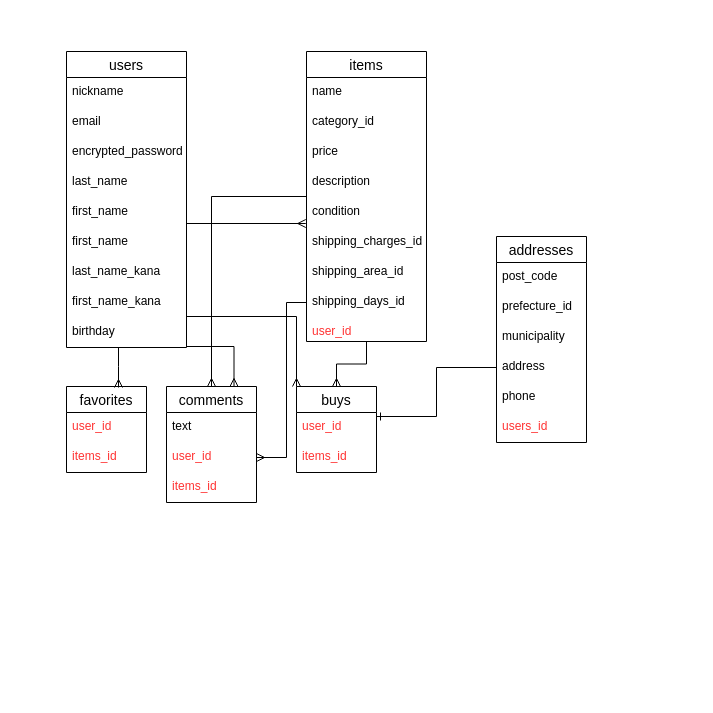
Before: furima.dio in nakadakeisuke/furima-32486, a draw.io diagram. Source tidied: cells renumbered, new cells numbered last; positions are measured from the earlier drawing's top-left corner, leaving out a move shared by most shapes. Both pictures are drawn from the tidied source at 100%, with x=0, y=0 at pixel (66, 51).
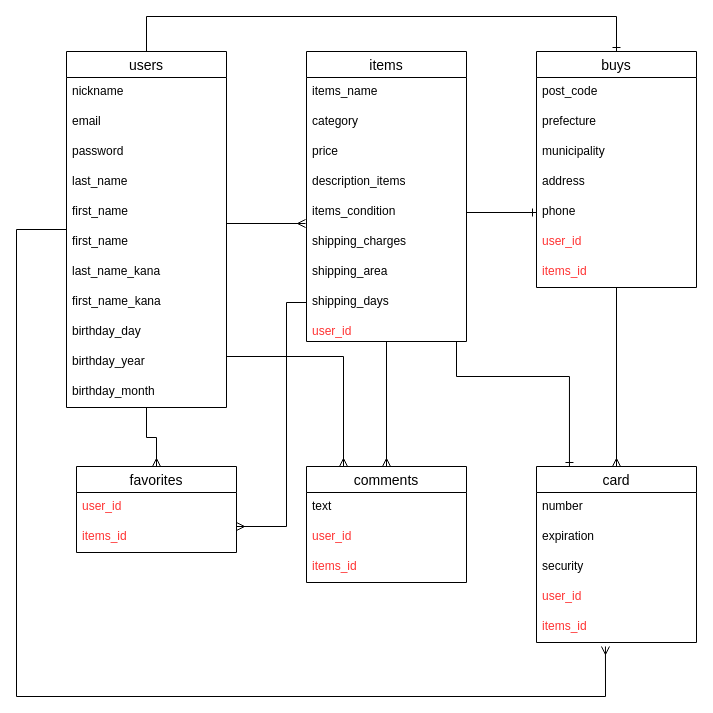
Above is the later version.

Change to the diagram source:
```diff
@@
+    <mxCell id="47" style="edgeStyle=elbowEdgeStyle;rounded=0;jettySize=auto;html=1;endArrow=ERone;endFill=0;fontColor=#FF3333;elbow=vertical;entryX=0.5;entryY=0;entryDx=0;entryDy=0;" parent="1" edge="1" source="4" target="33">
+      <mxGeometry relative="1" as="geometry">
+        <Array as="points">
+          <mxPoint x="210" y="-35" />
+        </Array>
+      </mxGeometry>
+    </mxCell>
-    <mxCell id="2" style="edgeStyle=elbowEdgeStyle;rounded=0;jettySize=auto;elbow=vertical;html=1;entryX=0.65;entryY=0.012;entryDx=0;entryDy=0;endArrow=ERmany;endFill=0;fontColor=#FF3333;entryPerimeter=0;" parent="1" edge="1" source="4" target="30">
-      <mxGeometry relative="1" as="geometry">
-        <Array as="points">
-          <mxPoint x="52" y="315" />
-          <mxPoint x="50" y="335" />
-        </Array>
-      </mxGeometry>
+    <mxCell id="2" style="edgeStyle=elbowEdgeStyle;rounded=0;jettySize=auto;elbow=vertical;html=1;entryX=0.5;entryY=0;entryDx=0;entryDy=0;endArrow=ERmany;endFill=0;fontColor=#FF3333;" parent="1" edge="1" source="4" target="30">
+      <mxGeometry relative="1" as="geometry" />
     </mxCell>
-    <mxCell id="3" style="edgeStyle=orthogonalEdgeStyle;rounded=0;jettySize=auto;html=1;entryX=0;entryY=0;entryDx=0;entryDy=0;endArrow=ERmany;endFill=0;fontColor=#FF3333;" parent="1" edge="1" source="4" target="43">
-      <mxGeometry relative="1" as="geometry">
-        <Array as="points">
-          <mxPoint x="230" y="265" />
-        </Array>
-      </mxGeometry>
-    </mxCell>
+    <mxCell id="48" style="edgeStyle=orthogonalEdgeStyle;rounded=0;jettySize=auto;html=1;endArrow=ERmany;endFill=0;fontColor=#FF3333;entryX=0.431;entryY=1.133;entryDx=0;entryDy=0;entryPerimeter=0;" parent="1" edge="1" source="4" target="45">
+      <mxGeometry relative="1" as="geometry">
+        <Array as="points">
+          <mxPoint x="-50" y="178" />
+          <mxPoint x="-50" y="645" />
+          <mxPoint x="539" y="645" />
+        </Array>
+      </mxGeometry>
+    </mxCell>
     <mxCell id="4" value="users" style="swimlane;fontStyle=0;horizontal=1;startSize=26;align=center;fontSize=14;" parent="1" vertex="1">
-      <mxGeometry width="120" height="296" as="geometry" />
+      <mxGeometry width="160" height="356" as="geometry" />
     </mxCell>
     <mxCell id="5" value="nickname&#10;" style="text;strokeColor=none;fillColor=none;spacingLeft=4;spacingRight=4;overflow=hidden;fontSize=12;" parent="4" vertex="1">
-      <mxGeometry y="26" width="120" height="30" as="geometry" />
+      <mxGeometry y="26" width="160" height="30" as="geometry" />
     </mxCell>
     <mxCell id="6" value="email&#10;" style="text;strokeColor=none;fillColor=none;spacingLeft=4;spacingRight=4;overflow=hidden;fontSize=12;" parent="4" vertex="1">
-      <mxGeometry y="56" width="120" height="30" as="geometry" />
+      <mxGeometry y="56" width="160" height="30" as="geometry" />
     </mxCell>
-    <mxCell id="7" value="encrypted_password&#10;" style="text;strokeColor=none;fillColor=none;spacingLeft=4;spacingRight=4;overflow=hidden;fontSize=12;" parent="4" vertex="1">
-      <mxGeometry y="86" width="120" height="30" as="geometry" />
+    <mxCell id="7" value="password&#10;" style="text;strokeColor=none;fillColor=none;spacingLeft=4;spacingRight=4;overflow=hidden;fontSize=12;" parent="4" vertex="1">
+      <mxGeometry y="86" width="160" height="30" as="geometry" />
     </mxCell>
     <mxCell id="8" value="last_name&#10;" style="text;strokeColor=none;fillColor=none;spacingLeft=4;spacingRight=4;overflow=hidden;fontSize=12;" parent="4" vertex="1">
-      <mxGeometry y="116" width="120" height="30" as="geometry" />
+      <mxGeometry y="116" width="160" height="30" as="geometry" />
     </mxCell>
     <mxCell id="9" value="first_name&#10;" style="text;strokeColor=none;fillColor=none;spacingLeft=4;spacingRight=4;overflow=hidden;fontSize=12;" parent="4" vertex="1">
-      <mxGeometry y="146" width="120" height="30" as="geometry" />
+      <mxGeometry y="146" width="160" height="30" as="geometry" />
     </mxCell>
     <mxCell id="10" value="first_name&#10;" style="text;strokeColor=none;fillColor=none;spacingLeft=4;spacingRight=4;overflow=hidden;points=[[0,0.5],[1,0.5]];portConstraint=eastwest;fontSize=12;" parent="4" vertex="1">
-      <mxGeometry y="176" width="120" height="30" as="geometry" />
+      <mxGeometry y="176" width="160" height="30" as="geometry" />
     </mxCell>
     <mxCell id="11" value="last_name_kana&#10;" style="text;strokeColor=none;fillColor=none;spacingLeft=4;spacingRight=4;overflow=hidden;fontSize=12;" parent="4" vertex="1">
-      <mxGeometry y="206" width="120" height="30" as="geometry" />
+      <mxGeometry y="206" width="160" height="30" as="geometry" />
     </mxCell>
     <mxCell id="12" value="first_name_kana&#10;" style="text;strokeColor=none;fillColor=none;spacingLeft=4;spacingRight=4;overflow=hidden;points=[[0,0.5],[1,0.5]];portConstraint=eastwest;fontSize=12;" parent="4" vertex="1">
-      <mxGeometry y="236" width="120" height="30" as="geometry" />
+      <mxGeometry y="236" width="160" height="30" as="geometry" />
     </mxCell>
+    <mxCell id="49" value="birthday_day&#10;" style="text;strokeColor=none;fillColor=none;spacingLeft=4;spacingRight=4;overflow=hidden;fontSize=12;" parent="4" vertex="1">
+      <mxGeometry y="266" width="160" height="30" as="geometry" />
+    </mxCell>
-    <mxCell id="13" value="birthday" style="text;strokeColor=none;fillColor=none;spacingLeft=4;spacingRight=4;overflow=hidden;fontSize=12;" parent="4" vertex="1">
-      <mxGeometry y="266" width="120" height="30" as="geometry" />
+    <mxCell id="13" value="birthday_year&#10;" style="text;strokeColor=none;fillColor=none;spacingLeft=4;spacingRight=4;overflow=hidden;fontSize=12;" parent="4" vertex="1">
+      <mxGeometry y="296" width="160" height="30" as="geometry" />
     </mxCell>
+    <mxCell id="50" value="birthday_month&#10;&#10;" style="text;strokeColor=none;fillColor=none;spacingLeft=4;spacingRight=4;overflow=hidden;fontSize=12;" parent="4" vertex="1">
+      <mxGeometry y="326" width="160" height="30" as="geometry" />
+    </mxCell>
@@
-    <mxCell id="15" style="edgeStyle=orthogonalEdgeStyle;rounded=0;jettySize=auto;html=1;entryX=0.5;entryY=0;entryDx=0;entryDy=0;endArrow=ERmany;endFill=0;fontColor=#FF3333;" parent="1" edge="1" source="16" target="43">
-      <mxGeometry relative="1" as="geometry" />
-    </mxCell>
     <mxCell id="16" value="items" style="swimlane;fontStyle=0;horizontal=1;startSize=26;align=center;fontSize=14;fillColor=none;" parent="1" vertex="1">
-      <mxGeometry x="240" width="120" height="290" as="geometry" />
+      <mxGeometry x="240" width="160" height="290" as="geometry" />
     </mxCell>
-    <mxCell id="17" value="name" style="text;strokeColor=none;fillColor=none;spacingLeft=4;spacingRight=4;overflow=hidden;fontSize=12;" parent="16" vertex="1">
-      <mxGeometry y="26" width="120" height="30" as="geometry" />
+    <mxCell id="17" value="items_name" style="text;strokeColor=none;fillColor=none;spacingLeft=4;spacingRight=4;overflow=hidden;fontSize=12;" parent="16" vertex="1">
+      <mxGeometry y="26" width="160" height="30" as="geometry" />
     </mxCell>
-    <mxCell id="18" value="category_id&#10;" style="text;strokeColor=none;fillColor=none;spacingLeft=4;spacingRight=4;overflow=hidden;fontSize=12;" parent="16" vertex="1">
-      <mxGeometry y="56" width="120" height="30" as="geometry" />
+    <mxCell id="18" value="category&#10;" style="text;strokeColor=none;fillColor=none;spacingLeft=4;spacingRight=4;overflow=hidden;fontSize=12;" parent="16" vertex="1">
+      <mxGeometry y="56" width="160" height="30" as="geometry" />
     </mxCell>
     <mxCell id="19" value="price&#10;" style="text;strokeColor=none;fillColor=none;spacingLeft=4;spacingRight=4;overflow=hidden;fontSize=12;" parent="16" vertex="1">
-      <mxGeometry y="86" width="120" height="30" as="geometry" />
+      <mxGeometry y="86" width="160" height="30" as="geometry" />
     </mxCell>
-    <mxCell id="20" value="description" style="text;strokeColor=none;fillColor=none;spacingLeft=4;spacingRight=4;overflow=hidden;fontSize=12;" parent="16" vertex="1">
-      <mxGeometry y="116" width="120" height="30" as="geometry" />
+    <mxCell id="20" value="description_items" style="text;strokeColor=none;fillColor=none;spacingLeft=4;spacingRight=4;overflow=hidden;fontSize=12;" parent="16" vertex="1">
+      <mxGeometry y="116" width="160" height="30" as="geometry" />
     </mxCell>
-    <mxCell id="21" value="condition" style="text;strokeColor=none;fillColor=none;spacingLeft=4;spacingRight=4;overflow=hidden;points=[[0,0.5],[1,0.5]];portConstraint=eastwest;fontSize=12;" parent="16" vertex="1">
-      <mxGeometry y="146" width="120" height="30" as="geometry" />
+    <mxCell id="21" value="items_condition" style="text;strokeColor=none;fillColor=none;spacingLeft=4;spacingRight=4;overflow=hidden;points=[[0,0.5],[1,0.5]];portConstraint=eastwest;fontSize=12;" parent="16" vertex="1">
+      <mxGeometry y="146" width="160" height="30" as="geometry" />
     </mxCell>
-    <mxCell id="22" value="shipping_charges_id&#10;&#10;" style="text;strokeColor=none;fillColor=none;spacingLeft=4;spacingRight=4;overflow=hidden;fontSize=12;" parent="16" vertex="1">
-      <mxGeometry y="176" width="120" height="30" as="geometry" />
+    <mxCell id="22" value="shipping_charges&#10;" style="text;strokeColor=none;fillColor=none;spacingLeft=4;spacingRight=4;overflow=hidden;fontSize=12;" parent="16" vertex="1">
+      <mxGeometry y="176" width="160" height="30" as="geometry" />
     </mxCell>
-    <mxCell id="23" value="shipping_area_id" style="text;strokeColor=none;fillColor=none;spacingLeft=4;spacingRight=4;overflow=hidden;fontSize=12;" parent="16" vertex="1">
-      <mxGeometry y="206" width="120" height="30" as="geometry" />
+    <mxCell id="23" value="shipping_area&#10;" style="text;strokeColor=none;fillColor=none;spacingLeft=4;spacingRight=4;overflow=hidden;fontSize=12;" parent="16" vertex="1">
+      <mxGeometry y="206" width="160" height="30" as="geometry" />
     </mxCell>
-    <mxCell id="24" value="shipping_days_id&#10;&#10;" style="text;strokeColor=none;fillColor=none;spacingLeft=4;spacingRight=4;overflow=hidden;points=[[0,0.5],[1,0.5]];portConstraint=eastwest;fontSize=12;" parent="16" vertex="1">
-      <mxGeometry y="236" width="120" height="30" as="geometry" />
+    <mxCell id="24" value="shipping_days&#10;&#10;" style="text;strokeColor=none;fillColor=none;spacingLeft=4;spacingRight=4;overflow=hidden;points=[[0,0.5],[1,0.5]];portConstraint=eastwest;fontSize=12;" parent="16" vertex="1">
+      <mxGeometry y="236" width="160" height="30" as="geometry" />
     </mxCell>
     <mxCell id="25" value="user_id&#10;" style="text;spacingLeft=4;spacingRight=4;overflow=hidden;points=[[0,0.5],[1,0.5]];portConstraint=eastwest;fontSize=12;fontColor=#FF3333;" parent="16" vertex="1">
-      <mxGeometry y="266" width="120" height="24" as="geometry" />
+      <mxGeometry y="266" width="160" height="24" as="geometry" />
     </mxCell>
     <mxCell id="26" value="comments" style="swimlane;fontStyle=0;horizontal=1;startSize=26;align=center;fontSize=14;fillColor=none;" parent="1" vertex="1">
-      <mxGeometry x="100" y="335" width="90" height="116" as="geometry" />
+      <mxGeometry x="240" y="415" width="160" height="116" as="geometry" />
     </mxCell>
     <mxCell id="27" value="text&#10;" style="text;strokeColor=none;fillColor=none;spacingLeft=4;spacingRight=4;overflow=hidden;fontSize=12;" parent="26" vertex="1">
-      <mxGeometry y="26" width="90" height="30" as="geometry" />
+      <mxGeometry y="26" width="160" height="30" as="geometry" />
     </mxCell>
     <mxCell id="28" value="user_id&#10;" style="text;spacingLeft=4;spacingRight=4;overflow=hidden;points=[[0,0.5],[1,0.5]];portConstraint=eastwest;fontSize=12;fontColor=#FF3333;" parent="26" vertex="1">
-      <mxGeometry y="56" width="90" height="30" as="geometry" />
+      <mxGeometry y="56" width="160" height="30" as="geometry" />
     </mxCell>
     <mxCell id="29" value="items_id&#10;" style="text;spacingLeft=4;spacingRight=4;overflow=hidden;fontSize=12;fontColor=#FF3333;" parent="26" vertex="1">
-      <mxGeometry y="86" width="90" height="30" as="geometry" />
+      <mxGeometry y="86" width="160" height="30" as="geometry" />
     </mxCell>
     <mxCell id="30" value="favorites" style="swimlane;fontStyle=0;horizontal=1;startSize=26;align=center;fontSize=14;fillColor=none;" parent="1" vertex="1">
-      <mxGeometry y="335" width="80" height="86" as="geometry" />
+      <mxGeometry x="10" y="415" width="160" height="86" as="geometry" />
     </mxCell>
     <mxCell id="31" value="user_id&#10;" style="text;spacingLeft=4;spacingRight=4;overflow=hidden;fontSize=12;fontColor=#FF3333;" parent="30" vertex="1">
-      <mxGeometry y="26" width="80" height="30" as="geometry" />
+      <mxGeometry y="26" width="160" height="30" as="geometry" />
     </mxCell>
     <mxCell id="32" value="items_id&#10;" style="text;spacingLeft=4;spacingRight=4;overflow=hidden;fontSize=12;fontColor=#FF3333;" parent="30" vertex="1">
-      <mxGeometry y="56" width="80" height="30" as="geometry" />
+      <mxGeometry y="56" width="160" height="30" as="geometry" />
     </mxCell>
+    <mxCell id="51" style="edgeStyle=orthogonalEdgeStyle;rounded=0;jettySize=auto;html=1;entryX=0.5;entryY=0;entryDx=0;entryDy=0;endArrow=ERmany;endFill=0;fontColor=#FF3333;" parent="1" edge="1" source="33" target="53">
+      <mxGeometry relative="1" as="geometry" />
+    </mxCell>
-    <mxCell id="33" value="addresses" style="swimlane;fontStyle=0;horizontal=1;startSize=26;align=center;fontSize=14;fillColor=none;" parent="1" vertex="1">
-      <mxGeometry x="430" y="185" width="90" height="206" as="geometry" />
+    <mxCell id="33" value="buys" style="swimlane;fontStyle=0;horizontal=1;startSize=26;align=center;fontSize=14;fillColor=none;" parent="1" vertex="1">
+      <mxGeometry x="470" width="160" height="236" as="geometry" />
     </mxCell>
     <mxCell id="34" value="post_code" style="text;strokeColor=none;fillColor=none;spacingLeft=4;spacingRight=4;overflow=hidden;fontSize=12;" parent="33" vertex="1">
-      <mxGeometry y="26" width="90" height="30" as="geometry" />
+      <mxGeometry y="26" width="160" height="30" as="geometry" />
     </mxCell>
-    <mxCell id="35" value="prefecture_id&#10;" style="text;strokeColor=none;fillColor=none;spacingLeft=4;spacingRight=4;overflow=hidden;fontSize=12;" parent="33" vertex="1">
-      <mxGeometry y="56" width="90" height="30" as="geometry" />
+    <mxCell id="35" value="prefecture&#10;" style="text;strokeColor=none;fillColor=none;spacingLeft=4;spacingRight=4;overflow=hidden;fontSize=12;" parent="33" vertex="1">
+      <mxGeometry y="56" width="160" height="30" as="geometry" />
     </mxCell>
     <mxCell id="36" value="municipality" style="text;strokeColor=none;fillColor=none;spacingLeft=4;spacingRight=4;overflow=hidden;fontSize=12;" parent="33" vertex="1">
-      <mxGeometry y="86" width="90" height="30" as="geometry" />
+      <mxGeometry y="86" width="160" height="30" as="geometry" />
     </mxCell>
     <mxCell id="37" value="address" style="text;strokeColor=none;fillColor=none;spacingLeft=4;spacingRight=4;overflow=hidden;points=[[0,0.5],[1,0.5]];portConstraint=eastwest;fontSize=12;" parent="33" vertex="1">
-      <mxGeometry y="116" width="90" height="30" as="geometry" />
+      <mxGeometry y="116" width="160" height="30" as="geometry" />
     </mxCell>
     <mxCell id="38" value="phone" style="text;strokeColor=none;fillColor=none;spacingLeft=4;spacingRight=4;overflow=hidden;points=[[0,0.5],[1,0.5]];portConstraint=eastwest;fontSize=12;" parent="33" vertex="1">
-      <mxGeometry y="146" width="90" height="30" as="geometry" />
+      <mxGeometry y="146" width="160" height="30" as="geometry" />
     </mxCell>
+    <mxCell id="52" value="user_id&#10;" style="text;spacingLeft=4;spacingRight=4;overflow=hidden;fontSize=12;fontColor=#FF3333;" parent="33" vertex="1">
+      <mxGeometry y="176" width="160" height="30" as="geometry" />
+    </mxCell>
-    <mxCell id="39" value="users_id&#10;" style="text;spacingLeft=4;spacingRight=4;overflow=hidden;fontSize=12;fontColor=#FF3333;" parent="33" vertex="1">
-      <mxGeometry y="176" width="90" height="30" as="geometry" />
+    <mxCell id="39" value="items_id&#10;" style="text;spacingLeft=4;spacingRight=4;overflow=hidden;fontSize=12;fontColor=#FF3333;" parent="33" vertex="1">
+      <mxGeometry y="206" width="160" height="30" as="geometry" />
     </mxCell>
+    <mxCell id="53" value="card" style="swimlane;fontStyle=0;horizontal=1;startSize=26;align=center;fontSize=14;fillColor=none;" parent="1" vertex="1">
+      <mxGeometry x="470" y="415" width="160" height="176" as="geometry" />
+    </mxCell>
+    <mxCell id="54" value="number&#10;" style="text;strokeColor=none;fillColor=none;spacingLeft=4;spacingRight=4;overflow=hidden;fontSize=12;" parent="53" vertex="1">
+      <mxGeometry y="26" width="160" height="30" as="geometry" />
+    </mxCell>
+    <mxCell id="55" value="expiration&#10;" style="text;strokeColor=none;fillColor=none;spacingLeft=4;spacingRight=4;overflow=hidden;fontSize=12;" parent="53" vertex="1">
+      <mxGeometry y="56" width="160" height="30" as="geometry" />
+    </mxCell>
+    <mxCell id="56" value="security" style="text;strokeColor=none;fillColor=none;spacingLeft=4;spacingRight=4;overflow=hidden;fontSize=12;" parent="53" vertex="1">
+      <mxGeometry y="86" width="160" height="30" as="geometry" />
+    </mxCell>
+    <mxCell id="57" value="user_id&#10;" style="text;spacingLeft=4;spacingRight=4;overflow=hidden;fontSize=12;fontColor=#FF3333;" parent="53" vertex="1">
+      <mxGeometry y="116" width="160" height="30" as="geometry" />
+    </mxCell>
+    <mxCell id="45" value="items_id&#10;" style="text;spacingLeft=4;spacingRight=4;overflow=hidden;points=[[0,0.5],[1,0.5]];portConstraint=eastwest;fontSize=12;fontColor=#FF3333;" parent="53" vertex="1">
+      <mxGeometry y="146" width="160" height="30" as="geometry" />
+    </mxCell>
     <mxCell id="40" style="edgeStyle=orthogonalEdgeStyle;rounded=0;jettySize=auto;html=1;exitX=1;exitY=0.5;exitDx=0;exitDy=0;fontColor=#FF3333;endArrow=ERmany;endFill=0;entryX=-0.006;entryY=0.867;entryDx=0;entryDy=0;entryPerimeter=0;" parent="1" edge="1" source="10" target="21">
       <mxGeometry relative="1" as="geometry">
         <Array as="points">
-          <mxPoint x="120" y="172" />
+          <mxPoint x="160" y="172" />
         </Array>
       </mxGeometry>
     </mxCell>
+    <mxCell id="58" style="edgeStyle=orthogonalEdgeStyle;rounded=0;jettySize=auto;html=1;entryX=0;entryY=0.5;entryDx=0;entryDy=0;endArrow=ERone;endFill=0;fontColor=#FF3333;" parent="1" edge="1" source="21" target="38">
+      <mxGeometry relative="1" as="geometry" />
+    </mxCell>
+    <mxCell id="59" style="edgeStyle=elbowEdgeStyle;rounded=0;jettySize=auto;elbow=vertical;html=1;entryX=0.206;entryY=0;entryDx=0;entryDy=0;entryPerimeter=0;endArrow=ERone;endFill=0;fontColor=#FF3333;" parent="1" edge="1" source="25" target="53">
+      <mxGeometry relative="1" as="geometry">
+        <Array as="points">
+          <mxPoint x="390" y="325" />
+          <mxPoint x="400" y="353" />
+        </Array>
+      </mxGeometry>
+    </mxCell>
-    <mxCell id="41" style="edgeStyle=elbowEdgeStyle;rounded=0;jettySize=auto;elbow=vertical;html=1;endArrow=ERmany;endFill=0;fontColor=#FF3333;exitX=1;exitY=0.267;exitDx=0;exitDy=0;exitPerimeter=0;entryX=0.75;entryY=0;entryDx=0;entryDy=0;" parent="1" edge="1" source="12" target="26">
+    <mxCell id="41" style="edgeStyle=elbowEdgeStyle;rounded=0;jettySize=auto;elbow=vertical;html=1;endArrow=ERmany;endFill=0;fontColor=#FF3333;exitX=1;exitY=0.267;exitDx=0;exitDy=0;exitPerimeter=0;" parent="1" edge="1" source="12">
       <mxGeometry relative="1" as="geometry">
+        <mxPoint x="277" y="415" as="targetPoint" />
         <Array as="points">
-          <mxPoint x="190" y="295" />
           <mxPoint x="200" y="305" />
         </Array>
       </mxGeometry>
     </mxCell>
-    <mxCell id="42" style="edgeStyle=orthogonalEdgeStyle;rounded=0;jettySize=auto;html=1;endArrow=ERmany;endFill=0;fontColor=#FF3333;entryX=1;entryY=0.5;entryDx=0;entryDy=0;" parent="1" edge="1" source="24" target="28">
+    <mxCell id="42" style="edgeStyle=orthogonalEdgeStyle;rounded=0;jettySize=auto;html=1;endArrow=ERmany;endFill=0;fontColor=#FF3333;" parent="1" edge="1" source="24">
       <mxGeometry relative="1" as="geometry">
+        <mxPoint x="170" y="475" as="targetPoint" />
         <Array as="points">
           <mxPoint x="220" y="251" />
-          <mxPoint x="220" y="406" />
+          <mxPoint x="220" y="475" />
         </Array>
       </mxGeometry>
     </mxCell>
-    <mxCell id="43" value="buys" style="swimlane;fontStyle=0;horizontal=1;startSize=26;align=center;fontSize=14;fillColor=none;" parent="1" vertex="1">
-      <mxGeometry x="230" y="335" width="80" height="86" as="geometry" />
-    </mxCell>
-    <mxCell id="44" value="user_id&#10;" style="text;spacingLeft=4;spacingRight=4;overflow=hidden;fontSize=12;fontColor=#FF3333;" parent="43" vertex="1">
-      <mxGeometry y="26" width="80" height="30" as="geometry" />
-    </mxCell>
-    <mxCell id="45" value="items_id&#10;" style="text;spacingLeft=4;spacingRight=4;overflow=hidden;points=[[0,0.5],[1,0.5]];portConstraint=eastwest;fontSize=12;fontColor=#FF3333;" parent="43" vertex="1">
-      <mxGeometry y="56" width="80" height="30" as="geometry" />
-    </mxCell>
-    <mxCell id="46" style="edgeStyle=orthogonalEdgeStyle;rounded=0;jettySize=auto;html=1;endArrow=ERone;endFill=0;fontColor=#FFFFFF;" parent="1" edge="1" source="37">
-      <mxGeometry relative="1" as="geometry">
-        <mxPoint x="310" y="365" as="targetPoint" />
-        <Array as="points">
-          <mxPoint x="370" y="316" />
-          <mxPoint x="370" y="365" />
-        </Array>
-      </mxGeometry>
-    </mxCell>
```
